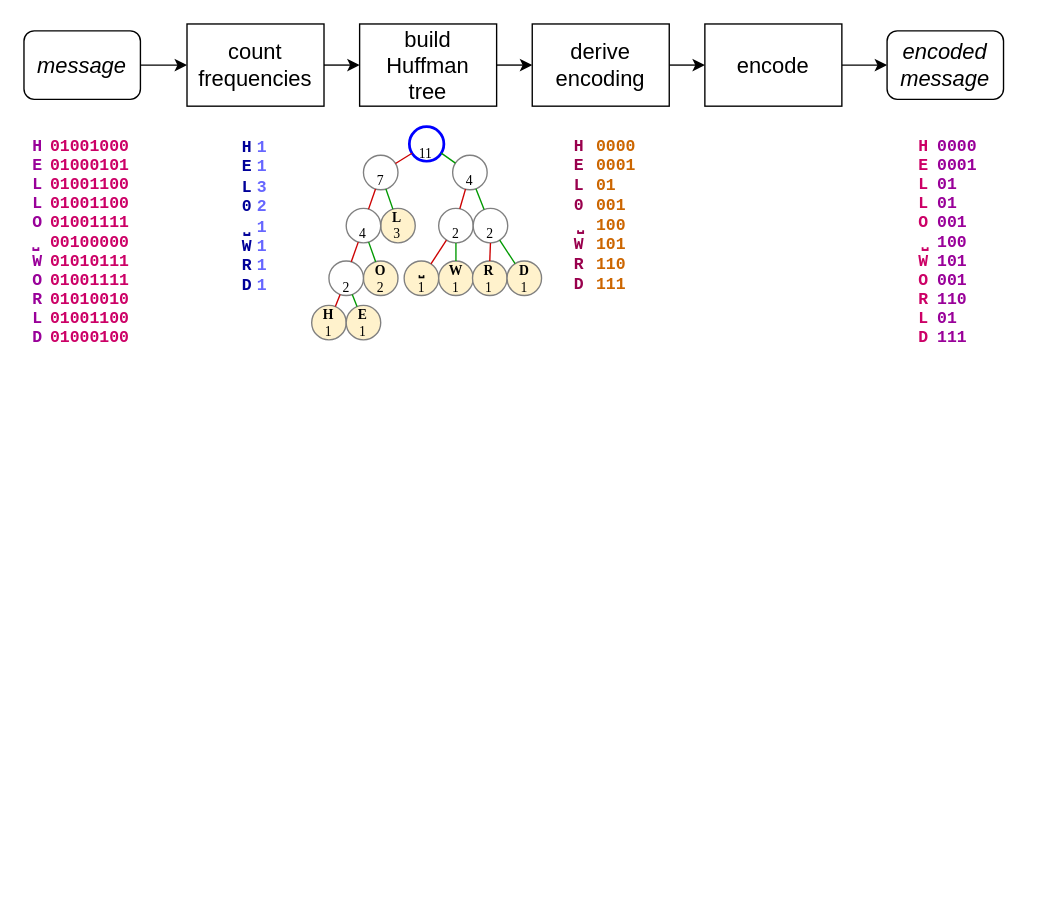
lgreco/images keeps this draw.io diagram as huffman/huffman.drawio. Above is the earlier version. Source tidied: cells renumbered, new cells numbered last; positions are measured from the earlier drawing's top-left corner, leaving out a move shared by most shapes. Both pictures are drawn from the tidied source at 137%, with x=0, y=0 at pixel (23, 23).
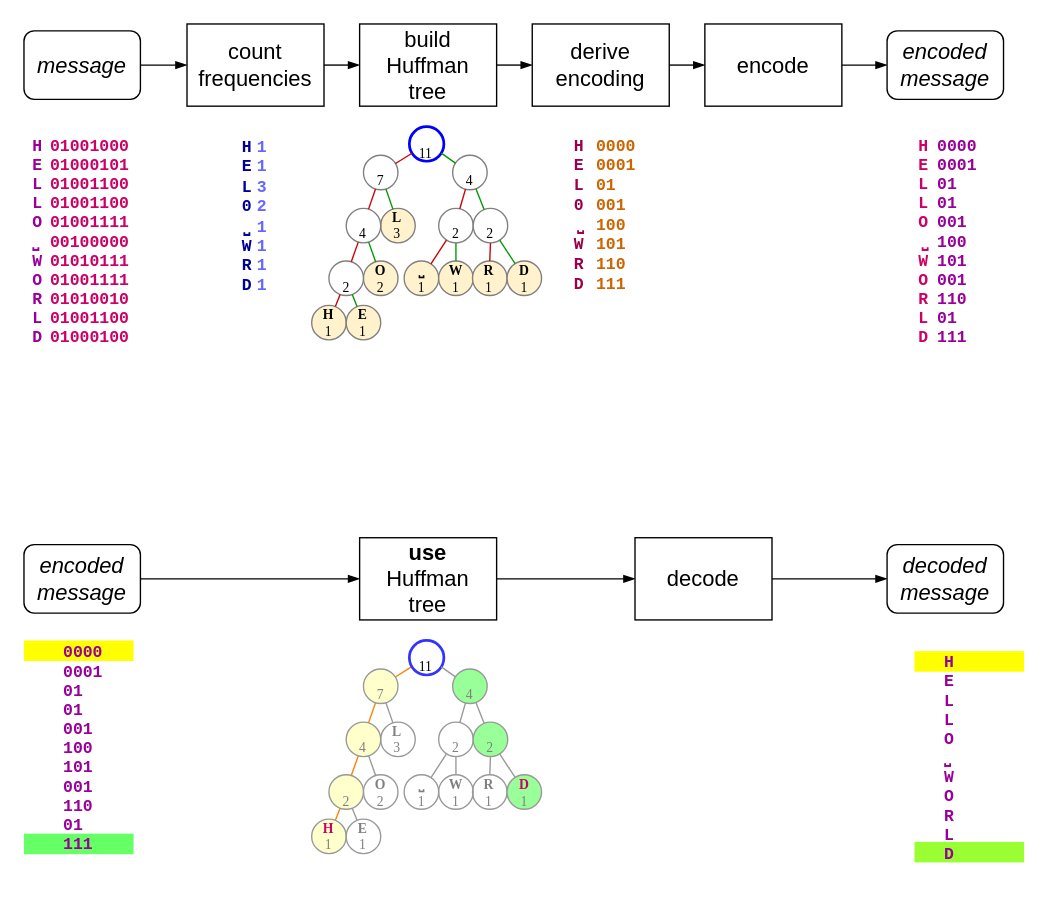
Above is the later version.

Unchanged cells that the change refers to:
```xml
<mxCell id="2" value="&lt;font style=&quot;font-size: 16px;&quot;&gt;message&lt;/font&gt;" style="rounded=1;whiteSpace=wrap;html=1;fontStyle=2;" parent="1" vertex="1">
  <mxGeometry y="5" width="85" height="50" as="geometry" />
</mxCell>
<mxCell id="4" value="&lt;font style=&quot;font-size: 16px;&quot;&gt;count&lt;br&gt;frequencies&lt;/font&gt;" style="whiteSpace=wrap;html=1;" parent="1" vertex="1">
  <mxGeometry x="119" width="100" height="60" as="geometry" />
</mxCell>
<mxCell id="6" value="&lt;span style=&quot;font-size: 16px;&quot;&gt;build Huffman&lt;/span&gt;&lt;div&gt;&lt;span style=&quot;font-size: 16px;&quot;&gt;tree&lt;/span&gt;&lt;/div&gt;" style="whiteSpace=wrap;html=1;" parent="1" vertex="1">
  <mxGeometry x="245" width="100" height="60" as="geometry" />
</mxCell>
<mxCell id="8" value="&lt;span style=&quot;font-size: 16px;&quot;&gt;encode&lt;/span&gt;" style="whiteSpace=wrap;html=1;" parent="1" vertex="1">
  <mxGeometry x="497" width="100" height="60" as="geometry" />
</mxCell>
<mxCell id="9" value="&lt;font style=&quot;font-size: 16px;&quot;&gt;encoded&lt;/font&gt;&lt;div&gt;&lt;font style=&quot;font-size: 16px;&quot;&gt;message&lt;/font&gt;&lt;/div&gt;" style="rounded=1;whiteSpace=wrap;html=1;fontStyle=2;" parent="1" vertex="1">
  <mxGeometry x="630" y="5" width="85" height="50" as="geometry" />
</mxCell>
<mxCell id="11" value="&lt;span style=&quot;font-size: 16px;&quot;&gt;derive&lt;/span&gt;&lt;div&gt;&lt;span style=&quot;font-size: 16px;&quot;&gt;encoding&lt;/span&gt;&lt;/div&gt;" style="whiteSpace=wrap;html=1;" parent="1" vertex="1">
  <mxGeometry x="371" width="100" height="60" as="geometry" />
</mxCell>
```

What changed in the source:
```diff
@@
+    <mxCell id="52" style="rounded=0;whiteSpace=wrap;html=1;fillColor=#FFFF00;strokeColor=none;" parent="1" vertex="1">
+      <mxGeometry x="650" y="457.8" width="80" height="15" as="geometry" />
+    </mxCell>
+    <mxCell id="53" style="rounded=0;whiteSpace=wrap;html=1;fillColor=#99FF33;strokeColor=none;" parent="1" vertex="1">
+      <mxGeometry x="650" y="597" width="80" height="15" as="geometry" />
+    </mxCell>
+    <mxCell id="54" style="rounded=0;whiteSpace=wrap;html=1;fillColor=#66FF66;strokeColor=none;" parent="1" vertex="1">
+      <mxGeometry y="591" width="80" height="15" as="geometry" />
+    </mxCell>
+    <mxCell id="55" style="endArrow=none;html=1;rounded=0;fontSize=10;strokeColor=#FF8000;endFill=0;startArrow=none;startFill=0;" parent="1" edge="1" source="69" target="77">
+      <mxGeometry relative="1" as="geometry" />
+    </mxCell>
+    <mxCell id="56" style="endArrow=none;html=1;rounded=0;fontSize=10;strokeColor=#FF8000;endFill=0;startArrow=none;startFill=0;" parent="1" edge="1" source="77" target="85">
+      <mxGeometry relative="1" as="geometry" />
+    </mxCell>
+    <mxCell id="57" style="endArrow=none;html=1;rounded=0;fontSize=10;strokeColor=#FF8000;fontColor=#999999;endFill=0;startArrow=none;startFill=0;" parent="1" edge="1" source="85" target="90">
+      <mxGeometry relative="1" as="geometry" />
+    </mxCell>
+    <mxCell id="58" style="endArrow=none;html=1;rounded=0;fontSize=10;strokeColor=#FF8000;endFill=0;startArrow=none;startFill=0;" parent="1" edge="1" source="90" target="91">
+      <mxGeometry relative="1" as="geometry" />
+    </mxCell>
+    <mxCell id="59" style="rounded=0;whiteSpace=wrap;html=1;fillColor=#FFFF00;strokeColor=none;" parent="1" vertex="1">
+      <mxGeometry y="450" width="80" height="15" as="geometry" />
+    </mxCell>
@@
-    <mxCell id="3" style="edgeStyle=orthogonalEdgeStyle;rounded=0;jettySize=auto;html=1;exitX=1;exitY=0.5;exitDx=0;exitDy=0;entryX=0;entryY=0.5;entryDx=0;entryDy=0;" parent="1" edge="1" source="4" target="6">
+    <mxCell id="3" style="edgeStyle=orthogonalEdgeStyle;rounded=0;jettySize=auto;html=1;exitX=1;exitY=0.5;exitDx=0;exitDy=0;entryX=0;entryY=0.5;entryDx=0;entryDy=0;endArrow=blockThin;endFill=1;" parent="1" edge="1" source="4" target="6">
       <mxGeometry relative="1" as="geometry" />
     </mxCell>
@@
-    <mxCell id="5" style="edgeStyle=orthogonalEdgeStyle;rounded=0;jettySize=auto;html=1;exitX=1;exitY=0.5;exitDx=0;exitDy=0;entryX=0;entryY=0.5;entryDx=0;entryDy=0;" parent="1" edge="1" source="6" target="11">
+    <mxCell id="5" style="edgeStyle=orthogonalEdgeStyle;rounded=0;jettySize=auto;html=1;exitX=1;exitY=0.5;exitDx=0;exitDy=0;entryX=0;entryY=0.5;entryDx=0;entryDy=0;endArrow=blockThin;endFill=1;" parent="1" edge="1" source="6" target="11">
       <mxGeometry relative="1" as="geometry" />
     </mxCell>
@@
-    <mxCell id="7" style="edgeStyle=orthogonalEdgeStyle;rounded=0;jettySize=auto;html=1;exitX=1;exitY=0.5;exitDx=0;exitDy=0;entryX=0;entryY=0.5;entryDx=0;entryDy=0;" parent="1" edge="1" source="8" target="9">
+    <mxCell id="7" style="edgeStyle=orthogonalEdgeStyle;rounded=0;jettySize=auto;html=1;exitX=1;exitY=0.5;exitDx=0;exitDy=0;entryX=0;entryY=0.5;entryDx=0;entryDy=0;endArrow=blockThin;endFill=1;" parent="1" edge="1" source="8" target="9">
       <mxGeometry relative="1" as="geometry" />
     </mxCell>
@@
-    <mxCell id="10" style="edgeStyle=orthogonalEdgeStyle;rounded=0;jettySize=auto;html=1;exitX=1;exitY=0.5;exitDx=0;exitDy=0;entryX=0;entryY=0.5;entryDx=0;entryDy=0;" parent="1" edge="1" source="11" target="8">
+    <mxCell id="10" style="edgeStyle=orthogonalEdgeStyle;rounded=0;jettySize=auto;html=1;exitX=1;exitY=0.5;exitDx=0;exitDy=0;entryX=0;entryY=0.5;entryDx=0;entryDy=0;endArrow=blockThin;endFill=1;" parent="1" edge="1" source="11" target="8">
       <mxGeometry relative="1" as="geometry" />
     </mxCell>
@@
-    <mxCell id="17" style="edgeStyle=orthogonalEdgeStyle;rounded=0;jettySize=auto;html=1;exitX=1;exitY=0.5;exitDx=0;exitDy=0;entryX=0;entryY=0.5;entryDx=0;entryDy=0;" parent="1" edge="1" source="2" target="4">
+    <mxCell id="17" style="edgeStyle=orthogonalEdgeStyle;rounded=0;jettySize=auto;html=1;exitX=1;exitY=0.5;exitDx=0;exitDy=0;entryX=0;entryY=0.5;entryDx=0;entryDy=0;endArrow=blockThin;endFill=1;" parent="1" edge="1" source="2" target="4">
       <mxGeometry relative="1" as="geometry" />
     </mxCell>
@@
+    <mxCell id="60" value="&lt;font style=&quot;font-size: 16px;&quot;&gt;encoded&lt;br&gt;message&lt;/font&gt;" style="rounded=1;whiteSpace=wrap;html=1;fontStyle=2;" parent="1" vertex="1">
+      <mxGeometry y="380" width="85" height="50" as="geometry" />
+    </mxCell>
+    <mxCell id="61" style="edgeStyle=orthogonalEdgeStyle;rounded=0;jettySize=auto;html=1;exitX=1;exitY=0.5;exitDx=0;exitDy=0;entryX=0;entryY=0.5;entryDx=0;entryDy=0;endArrow=blockThin;endFill=1;" parent="1" edge="1" source="62" target="64">
+      <mxGeometry relative="1" as="geometry" />
+    </mxCell>
+    <mxCell id="62" value="&lt;span style=&quot;font-size: 16px;&quot;&gt;&lt;b&gt;use&lt;/b&gt;&lt;br&gt;Huffman&lt;/span&gt;&lt;div&gt;&lt;span style=&quot;font-size: 16px;&quot;&gt;tree&lt;/span&gt;&lt;/div&gt;" style="whiteSpace=wrap;html=1;" parent="1" vertex="1">
+      <mxGeometry x="245" y="375" width="100" height="60" as="geometry" />
+    </mxCell>
+    <mxCell id="63" style="edgeStyle=orthogonalEdgeStyle;rounded=0;jettySize=auto;html=1;exitX=1;exitY=0.5;exitDx=0;exitDy=0;entryX=0;entryY=0.5;entryDx=0;entryDy=0;endArrow=blockThin;endFill=1;" parent="1" edge="1" source="64" target="65">
+      <mxGeometry relative="1" as="geometry" />
+    </mxCell>
+    <mxCell id="64" value="&lt;span style=&quot;font-size: 16px;&quot;&gt;decode&lt;/span&gt;" style="whiteSpace=wrap;html=1;" parent="1" vertex="1">
+      <mxGeometry x="446" y="375" width="100" height="60" as="geometry" />
+    </mxCell>
+    <mxCell id="65" value="&lt;font style=&quot;font-size: 16px;&quot;&gt;decoded&lt;/font&gt;&lt;div&gt;&lt;font style=&quot;font-size: 16px;&quot;&gt;message&lt;/font&gt;&lt;/div&gt;" style="rounded=1;whiteSpace=wrap;html=1;fontStyle=2;" parent="1" vertex="1">
+      <mxGeometry x="630" y="380" width="85" height="50" as="geometry" />
+    </mxCell>
+    <mxCell id="66" value="0000&#10;0001&#10;01&#10;01&#10;001&#10;100&#10;101&#10;001&#10;110&#10;01&#10;111" style="text;fillColor=none;verticalAlign=middle;spacingTop=0;fontFamily=Courier New;fontStyle=1;fontColor=#990099;labelBackgroundColor=none;" parent="1" vertex="1">
+      <mxGeometry x="27" y="442.8" width="37.5" height="170" as="geometry" />
+    </mxCell>
+    <mxCell id="67" style="edgeStyle=orthogonalEdgeStyle;rounded=0;jettySize=auto;html=1;exitX=1;exitY=0.5;exitDx=0;exitDy=0;entryX=0;entryY=0.5;entryDx=0;entryDy=0;endArrow=blockThin;endFill=1;" parent="1" edge="1" source="60" target="62">
+      <mxGeometry relative="1" as="geometry" />
+    </mxCell>
+    <mxCell id="68" value="H&#10;E&#10;L&#10;L&#10;O&#10;⎵&#10;W&#10;O&#10;R&#10;L&#10;D" style="text;fillColor=none;verticalAlign=middle;fontFamily=Courier New;fontStyle=1;fontColor=#990099;" parent="1" vertex="1">
+      <mxGeometry x="670" y="450" width="10" height="170" as="geometry" />
+    </mxCell>
+    <mxCell id="69" value="&lt;b&gt;&lt;font style=&quot;color: rgb(204, 0, 102);&quot;&gt;H&lt;/font&gt;&lt;/b&gt;&lt;br&gt;1" style="ellipse;whiteSpace=wrap;html=1;fontFamily=Times New Roman;spacing=0;fontSize=10;fillColor=#FFFFCC;strokeColor=#999999;strokeWidth=1;fontColor=#808080;" parent="1" vertex="1">
+      <mxGeometry x="210" y="580.4" width="25.2" height="25.2" as="geometry" />
+    </mxCell>
+    <mxCell id="70" value="&lt;b&gt;E&lt;/b&gt;&lt;br&gt;1" style="ellipse;whiteSpace=wrap;html=1;fontFamily=Times New Roman;spacing=0;fontSize=10;fillColor=none;strokeColor=#999999;strokeWidth=1;fontColor=#808080;" parent="1" vertex="1">
+      <mxGeometry x="235.2" y="580.4" width="25.2" height="25.2" as="geometry" />
+    </mxCell>
+    <mxCell id="71" value="&lt;b&gt;L&lt;/b&gt;&lt;br&gt;3" style="ellipse;whiteSpace=wrap;html=1;fontFamily=Times New Roman;spacing=0;fontSize=10;fillColor=none;strokeColor=#999999;strokeWidth=1;fontColor=#808080;" parent="1" vertex="1">
+      <mxGeometry x="260.4" y="509.6" width="25.2" height="25.2" as="geometry" />
+    </mxCell>
+    <mxCell id="72" value="&lt;b&gt;O&lt;/b&gt;&lt;br&gt;2" style="ellipse;whiteSpace=wrap;html=1;fontFamily=Times New Roman;spacing=0;fontSize=10;fillColor=none;strokeColor=#999999;strokeWidth=1;fontColor=#808080;" parent="1" vertex="1">
+      <mxGeometry x="247.8" y="548" width="25.2" height="25.2" as="geometry" />
+    </mxCell>
+    <mxCell id="73" value="&lt;b&gt;⎵&lt;/b&gt;&lt;br&gt;1" style="ellipse;whiteSpace=wrap;html=1;fontFamily=Times New Roman;spacing=0;fontSize=10;fillColor=none;strokeColor=#999999;strokeWidth=1;fontColor=#808080;" parent="1" vertex="1">
+      <mxGeometry x="277.5" y="548" width="25.2" height="25.2" as="geometry" />
+    </mxCell>
+    <mxCell id="74" value="&lt;b&gt;W&lt;br&gt;&lt;/b&gt;1" style="ellipse;whiteSpace=wrap;html=1;fontFamily=Times New Roman;spacing=0;fontSize=10;fillColor=none;strokeColor=#999999;strokeWidth=1;fontColor=#808080;" parent="1" vertex="1">
+      <mxGeometry x="302.7" y="548" width="25.2" height="25.2" as="geometry" />
+    </mxCell>
+    <mxCell id="75" value="&lt;b&gt;R&lt;/b&gt;&lt;br&gt;1" style="ellipse;whiteSpace=wrap;html=1;fontFamily=Times New Roman;spacing=0;fontSize=10;fillColor=none;strokeColor=#999999;strokeWidth=1;fontColor=#808080;" parent="1" vertex="1">
+      <mxGeometry x="327.4" y="548" width="25.2" height="25.2" as="geometry" />
+    </mxCell>
+    <mxCell id="76" value="&lt;b&gt;&lt;font style=&quot;color: rgb(204, 0, 102);&quot;&gt;D&lt;/font&gt;&lt;/b&gt;&lt;br&gt;1" style="ellipse;whiteSpace=wrap;html=1;fontFamily=Times New Roman;spacing=0;fontSize=10;fillColor=#99FF99;strokeColor=#999999;strokeWidth=1;fontColor=#808080;" parent="1" vertex="1">
+      <mxGeometry x="352.6" y="548" width="25.2" height="25.2" as="geometry" />
+    </mxCell>
+    <mxCell id="77" value="&lt;b&gt;&lt;br&gt;&lt;/b&gt;2" style="ellipse;whiteSpace=wrap;html=1;fontFamily=Times New Roman;spacing=0;fontSize=10;strokeColor=#999999;strokeWidth=1;fillColor=#FFFFCC;fontColor=#808080;" parent="1" vertex="1">
+      <mxGeometry x="222.6" y="548" width="25.2" height="25.2" as="geometry" />
+    </mxCell>
+    <mxCell id="78" value="&lt;b&gt;&lt;br&gt;&lt;/b&gt;2" style="ellipse;whiteSpace=wrap;html=1;fontFamily=Times New Roman;spacing=0;fontSize=10;strokeColor=#999999;strokeWidth=1;fillColor=none;fontColor=#808080;" parent="1" vertex="1">
+      <mxGeometry x="302.7" y="509.6" width="25.2" height="25.2" as="geometry" />
+    </mxCell>
+    <mxCell id="79" value="&lt;b&gt;&lt;br&gt;&lt;/b&gt;2" style="ellipse;whiteSpace=wrap;html=1;fontFamily=Times New Roman;spacing=0;fontSize=10;strokeColor=#999999;strokeWidth=1;fillColor=#99FF99;fontColor=#808080;" parent="1" vertex="1">
+      <mxGeometry x="327.9" y="509.6" width="25.2" height="25.2" as="geometry" />
+    </mxCell>
+    <mxCell id="80" style="endArrow=none;html=1;rounded=0;fontSize=10;strokeColor=#999999;" parent="1" edge="1" source="70" target="77">
+      <mxGeometry relative="1" as="geometry" />
+    </mxCell>
+    <mxCell id="81" style="endArrow=none;html=1;rounded=0;fontSize=10;strokeColor=#999999;" parent="1" edge="1" source="73" target="78">
+      <mxGeometry relative="1" as="geometry" />
+    </mxCell>
+    <mxCell id="82" style="endArrow=none;html=1;rounded=0;fontSize=10;strokeColor=#999999;" parent="1" edge="1" source="74" target="78">
+      <mxGeometry relative="1" as="geometry" />
+    </mxCell>
+    <mxCell id="83" style="endArrow=none;html=1;rounded=0;fontSize=10;strokeColor=#999999;" parent="1" edge="1" source="75" target="79">
+      <mxGeometry relative="1" as="geometry" />
+    </mxCell>
+    <mxCell id="84" style="endArrow=none;html=1;rounded=0;fontSize=10;strokeColor=#999999;" parent="1" edge="1" source="76" target="79">
+      <mxGeometry relative="1" as="geometry" />
+    </mxCell>
+    <mxCell id="85" value="&lt;b&gt;&lt;br&gt;&lt;/b&gt;4" style="ellipse;whiteSpace=wrap;html=1;fontFamily=Times New Roman;spacing=0;fontSize=10;strokeColor=#999999;strokeWidth=1;fillColor=#FFFFCC;fontColor=#808080;" parent="1" vertex="1">
+      <mxGeometry x="235.2" y="509.6" width="25.2" height="25.2" as="geometry" />
+    </mxCell>
+    <mxCell id="86" style="endArrow=none;html=1;rounded=0;fontSize=10;strokeColor=#999999;" parent="1" edge="1" source="72" target="85">
+      <mxGeometry relative="1" as="geometry" />
+    </mxCell>
+    <mxCell id="87" value="&lt;b&gt;&lt;br&gt;&lt;/b&gt;4" style="ellipse;whiteSpace=wrap;html=1;fontFamily=Times New Roman;spacing=0;fontSize=10;strokeColor=#999999;strokeWidth=1;fillColor=#99FF99;fontColor=#808080;" parent="1" vertex="1">
+      <mxGeometry x="312.9" y="470.8" width="25.2" height="25.2" as="geometry" />
+    </mxCell>
+    <mxCell id="88" style="endArrow=none;html=1;rounded=0;fontSize=10;strokeColor=#999999;fontColor=#999999;" parent="1" edge="1" source="78" target="87">
+      <mxGeometry relative="1" as="geometry" />
+    </mxCell>
+    <mxCell id="89" style="endArrow=none;html=1;rounded=0;fontSize=10;strokeColor=#999999;fontColor=#999999;" parent="1" edge="1" source="87" target="79">
+      <mxGeometry relative="1" as="geometry" />
+    </mxCell>
+    <mxCell id="90" value="&lt;b&gt;&lt;br&gt;&lt;/b&gt;7" style="ellipse;whiteSpace=wrap;html=1;fontFamily=Times New Roman;spacing=0;fontSize=10;strokeColor=#999999;strokeWidth=1;fillColor=#FFFFCC;fontColor=#808080;" parent="1" vertex="1">
+      <mxGeometry x="247.8" y="470.8" width="25.2" height="25.2" as="geometry" />
+    </mxCell>
+    <mxCell id="91" value="&lt;b&gt;&lt;br&gt;&lt;/b&gt;11" style="ellipse;whiteSpace=wrap;html=1;fontFamily=Times New Roman;spacing=0;fontSize=10;strokeColor=#3333FF;strokeWidth=2;fillColor=none;fontColor=#000000;" parent="1" vertex="1">
+      <mxGeometry x="281.3" y="450" width="25.2" height="25.2" as="geometry" />
+    </mxCell>
+    <mxCell id="92" style="endArrow=none;html=1;rounded=0;fontSize=10;strokeColor=#999999;fontColor=#999999;" parent="1" edge="1" source="71" target="90">
+      <mxGeometry relative="1" as="geometry" />
+    </mxCell>
+    <mxCell id="93" style="endArrow=none;html=1;rounded=0;fontSize=10;strokeColor=#999999;" parent="1" edge="1" source="91" target="87">
+      <mxGeometry relative="1" as="geometry" />
+    </mxCell>
```
